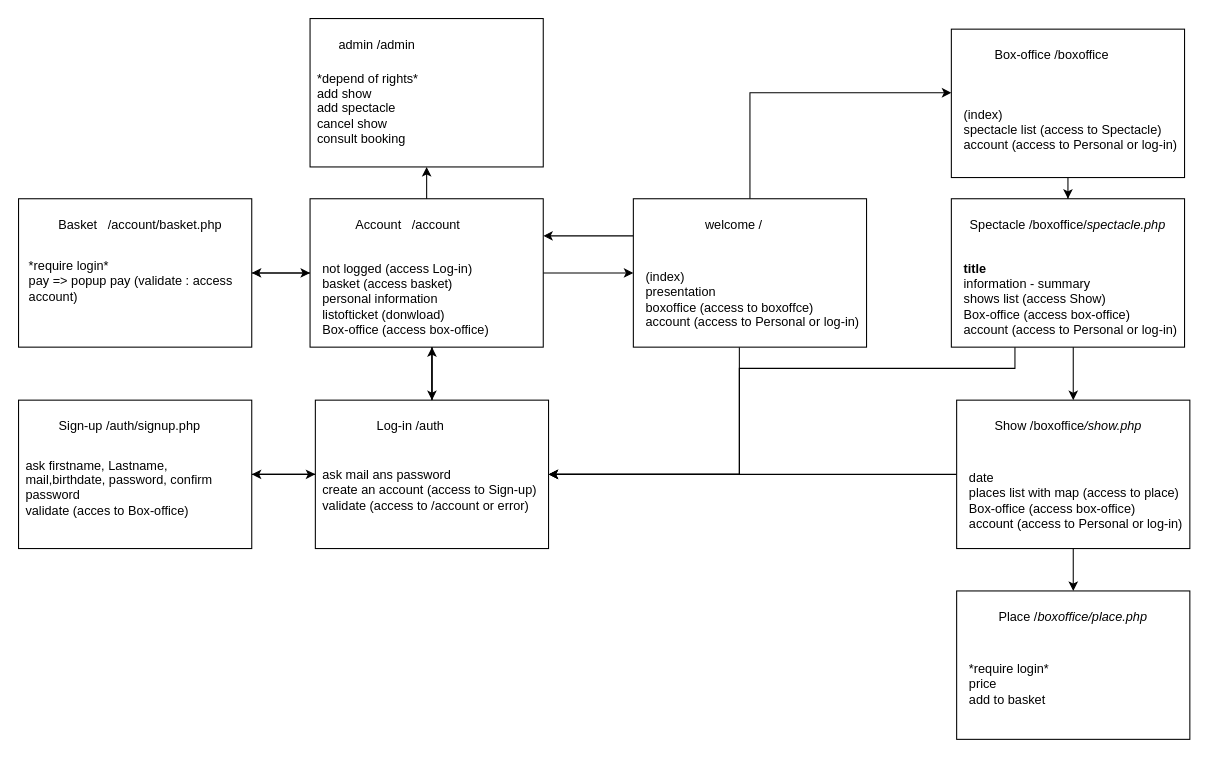
Before: page "pages web" (7 of 8) of analyse/analyse.drawio in baptisteRiviere/SpectacleHallManagement, a draw.io diagram. Source tidied: cells renumbered, new cells numbered last; positions are measured from the earlier drawing's top-left corner, leaving out a move shared by most shapes. Both pictures are drawn from the tidied source at 106%, with x=0, y=0 at pixel (18, 18).
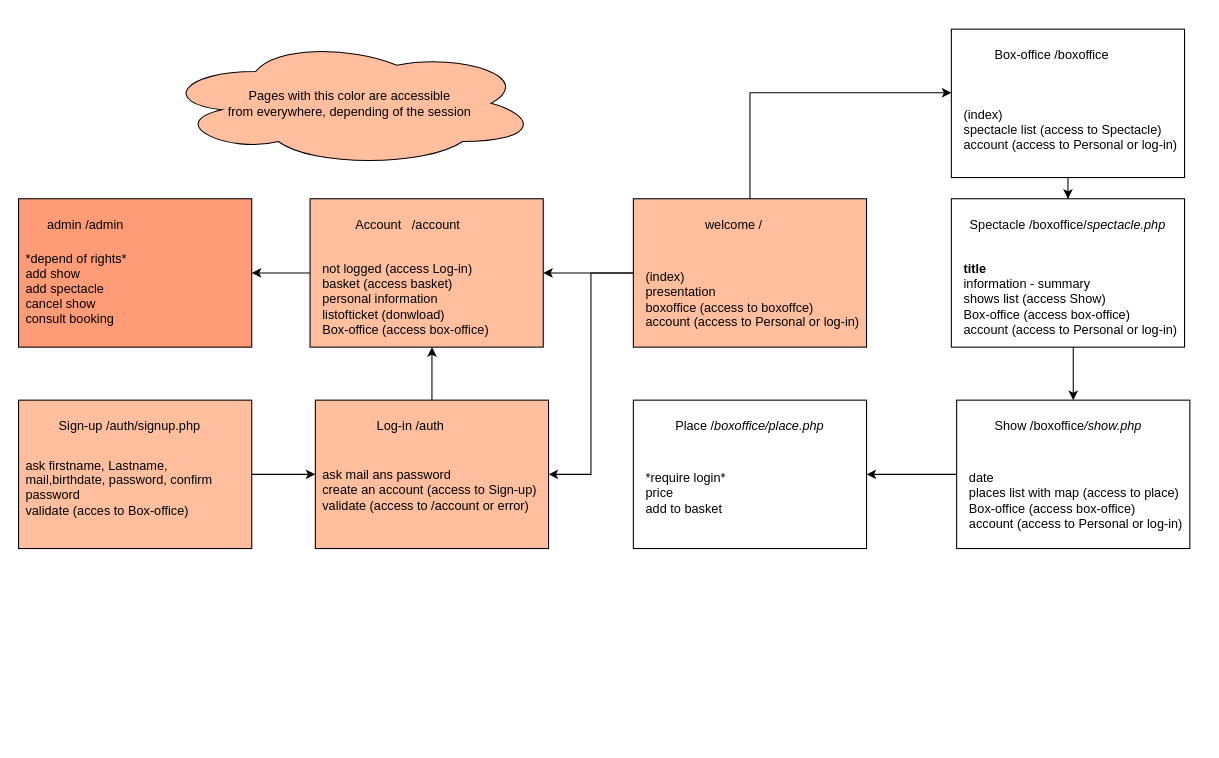
The same page after the edit.

Commit message:
Analyse : maj pages web

Unchanged cells that the change refers to:
```xml
<mxCell id="9" style="rounded=0;whiteSpace=wrap;html=1;" parent="1" vertex="1">
  <mxGeometry x="880" y="170" width="220" height="140" as="geometry" />
</mxCell>
<mxCell id="15" style="rounded=0;whiteSpace=wrap;html=1;" parent="1" vertex="1">
  <mxGeometry x="885" y="360" width="220" height="140" as="geometry" />
</mxCell>
<mxCell id="36" value="&lt;div&gt;not logged (access Log-in)&lt;/div&gt;&lt;div&gt;basket (access basket)&lt;br&gt;&lt;/div&gt;&lt;div&gt;personal information&lt;/div&gt;&lt;div&gt;listofticket (donwload)&lt;br&gt;&lt;/div&gt;&lt;div&gt;&lt;div&gt;Box-office (access box-office)&lt;br&gt;&lt;/div&gt;&lt;/div&gt;" style="text;html=1;strokeColor=none;fillColor=none;align=left;verticalAlign=middle;whiteSpace=wrap;rounded=0;" parent="1" vertex="1">
  <mxGeometry x="285" y="220" width="205" height="90" as="geometry" />
</mxCell>
```

Diff of the diagram source:
```diff
@@
-    <mxCell id="2" style="edgeStyle=orthogonalEdgeStyle;rounded=0;jettySize=auto;html=1;entryX=1;entryY=0.25;entryDx=0;entryDy=0;exitX=0;exitY=0.25;exitDx=0;exitDy=0;" parent="1" edge="1" source="5" target="33">
+    <mxCell id="2" style="edgeStyle=orthogonalEdgeStyle;rounded=0;jettySize=auto;html=1;" parent="1" edge="1" source="5" target="33">
       <mxGeometry relative="1" as="geometry" />
     </mxCell>
@@
     <mxCell id="4" style="edgeStyle=orthogonalEdgeStyle;rounded=0;jettySize=auto;html=1;" parent="1" edge="1" source="5" target="24">
       <mxGeometry relative="1" as="geometry">
         <Array as="points">
-          <mxPoint x="680" y="430" />
+          <mxPoint x="540" y="240" />
+          <mxPoint x="540" y="430" />
         </Array>
       </mxGeometry>
     </mxCell>
-    <mxCell id="5" style="rounded=0;whiteSpace=wrap;html=1;" parent="1" vertex="1">
+    <mxCell id="5" style="rounded=0;whiteSpace=wrap;html=1;fillColor=#FFBE9E;" parent="1" vertex="1">
       <mxGeometry x="580" y="170" width="220" height="140" as="geometry" />
     </mxCell>
@@
-    <mxCell id="8" style="edgeStyle=orthogonalEdgeStyle;rounded=0;jettySize=auto;html=1;" parent="1" edge="1" source="9" target="24">
-      <mxGeometry relative="1" as="geometry">
-        <Array as="points">
-          <mxPoint x="940" y="330" />
-          <mxPoint x="680" y="330" />
-          <mxPoint x="680" y="430" />
-        </Array>
-      </mxGeometry>
-    </mxCell>
@@
-    <mxCell id="14" style="edgeStyle=orthogonalEdgeStyle;rounded=0;jettySize=auto;html=1;" parent="1" edge="1" source="15" target="24">
-      <mxGeometry relative="1" as="geometry" />
-    </mxCell>
@@
     <mxCell id="18" style="rounded=0;whiteSpace=wrap;html=1;" parent="1" vertex="1">
-      <mxGeometry x="885" y="540" width="220" height="140" as="geometry" />
+      <mxGeometry x="580" y="360" width="220" height="140" as="geometry" />
     </mxCell>
     <mxCell id="19" value="Place&lt;span style=&quot;&quot;&gt; &lt;span style=&quot;&quot;&gt; &lt;/span&gt;&lt;/span&gt;&lt;span style=&quot;&quot;&gt;&lt;span style=&quot;&quot;&gt;&lt;/span&gt;&lt;/span&gt;&lt;span style=&quot;&quot;&gt;/&lt;i&gt;boxoffice/place.php&lt;/i&gt;&lt;/span&gt;" style="text;html=1;strokeColor=none;fillColor=none;align=center;verticalAlign=middle;whiteSpace=wrap;rounded=0;" parent="1" vertex="1">
-      <mxGeometry x="890" y="550" width="210" height="30" as="geometry" />
+      <mxGeometry x="585" y="370" width="210" height="30" as="geometry" />
     </mxCell>
     <mxCell id="20" value="&lt;div&gt;*require login*&lt;br&gt;&lt;/div&gt;&lt;div&gt;price&lt;/div&gt;&lt;div&gt;add to basket&lt;br&gt;&lt;/div&gt;&lt;div&gt;&lt;br&gt;&lt;/div&gt;" style="text;html=1;strokeColor=none;fillColor=none;align=left;verticalAlign=middle;whiteSpace=wrap;rounded=0;" parent="1" vertex="1">
-      <mxGeometry x="895" y="590" width="200" height="90" as="geometry" />
+      <mxGeometry x="590" y="410" width="200" height="90" as="geometry" />
     </mxCell>
@@
-    <mxCell id="22" style="edgeStyle=orthogonalEdgeStyle;rounded=0;jettySize=auto;html=1;" parent="1" edge="1" source="24" target="28">
-      <mxGeometry relative="1" as="geometry" />
-    </mxCell>
-    <mxCell id="23" style="edgeStyle=orthogonalEdgeStyle;rounded=0;jettySize=auto;html=1;" parent="1" edge="1" source="24" target="45">
-      <mxGeometry relative="1" as="geometry" />
-    </mxCell>
-    <mxCell id="24" style="rounded=0;whiteSpace=wrap;html=1;" parent="1" vertex="1">
+    <mxCell id="24" style="rounded=0;whiteSpace=wrap;html=1;fillColor=#FFBE9E;" parent="1" vertex="1">
       <mxGeometry x="280" y="360" width="220" height="140" as="geometry" />
     </mxCell>
@@
-    <mxCell id="28" style="rounded=0;whiteSpace=wrap;html=1;" parent="1" vertex="1">
+    <mxCell id="28" style="rounded=0;whiteSpace=wrap;html=1;fillColor=#FFBE9E;" parent="1" vertex="1">
       <mxGeometry y="360" width="220" height="140" as="geometry" />
     </mxCell>
@@
-    <mxCell id="31" style="edgeStyle=orthogonalEdgeStyle;rounded=0;jettySize=auto;html=1;" parent="1" edge="1" source="33" target="5">
-      <mxGeometry relative="1" as="geometry" />
-    </mxCell>
-    <mxCell id="32" style="edgeStyle=orthogonalEdgeStyle;rounded=0;jettySize=auto;html=1;" parent="1" edge="1" source="33" target="38">
-      <mxGeometry relative="1" as="geometry" />
-    </mxCell>
+    <mxCell id="48" style="edgeStyle=orthogonalEdgeStyle;rounded=0;jettySize=auto;html=1;" parent="1" edge="1" source="33" target="45">
+      <mxGeometry relative="1" as="geometry" />
+    </mxCell>
-    <mxCell id="33" style="rounded=0;whiteSpace=wrap;html=1;" parent="1" vertex="1">
+    <mxCell id="33" style="rounded=0;whiteSpace=wrap;html=1;fillColor=#FFBE9E;" parent="1" vertex="1">
       <mxGeometry x="275" y="170" width="220" height="140" as="geometry" />
     </mxCell>
@@
-    <mxCell id="35" style="edgeStyle=orthogonalEdgeStyle;rounded=0;jettySize=auto;html=1;" parent="1" edge="1" source="36" target="24">
-      <mxGeometry relative="1" as="geometry">
-        <Array as="points">
-          <mxPoint x="390" y="330" />
-          <mxPoint x="390" y="330" />
-        </Array>
-      </mxGeometry>
-    </mxCell>
@@
-    <mxCell id="37" style="edgeStyle=orthogonalEdgeStyle;rounded=0;jettySize=auto;html=1;" parent="1" edge="1" source="38" target="33">
-      <mxGeometry relative="1" as="geometry" />
-    </mxCell>
-    <mxCell id="38" style="rounded=0;whiteSpace=wrap;html=1;" parent="1" vertex="1">
-      <mxGeometry y="170" width="220" height="140" as="geometry" />
-    </mxCell>
-    <mxCell id="39" value="Basket&lt;span style=&quot;white-space: pre;&quot;&gt; &lt;/span&gt; &lt;span style=&quot;white-space: pre;&quot;&gt; &lt;/span&gt;/account/basket.php" style="text;html=1;strokeColor=none;fillColor=none;align=center;verticalAlign=middle;whiteSpace=wrap;rounded=0;" parent="1" vertex="1">
-      <mxGeometry x="20" y="180" width="190" height="30" as="geometry" />
-    </mxCell>
-    <mxCell id="40" value="&lt;div&gt;*require login*&lt;/div&gt;&lt;div&gt;pay =&amp;gt; popup pay (validate : access account)&lt;br&gt;&lt;/div&gt;&lt;div&gt;&lt;br&gt;&lt;/div&gt;" style="text;html=1;strokeColor=none;fillColor=none;align=left;verticalAlign=middle;whiteSpace=wrap;rounded=0;" parent="1" vertex="1">
-      <mxGeometry x="7.5" y="210" width="205" height="90" as="geometry" />
-    </mxCell>
@@
-    <mxCell id="45" style="rounded=0;whiteSpace=wrap;html=1;" parent="1" vertex="1">
-      <mxGeometry x="275" width="220" height="140" as="geometry" />
+    <mxCell id="45" style="rounded=0;whiteSpace=wrap;html=1;fillColor=#FF9C78;" parent="1" vertex="1">
+      <mxGeometry y="170" width="220" height="140" as="geometry" />
     </mxCell>
     <mxCell id="46" value="admin&lt;span style=&quot;white-space: pre;&quot;&gt; &lt;/span&gt;/admin&lt;span style=&quot;white-space: pre;&quot;&gt; &lt;/span&gt;" style="text;html=1;strokeColor=none;fillColor=none;align=center;verticalAlign=middle;whiteSpace=wrap;rounded=0;" parent="1" vertex="1">
-      <mxGeometry x="290" y="10" width="100" height="30" as="geometry" />
+      <mxGeometry x="15" y="180" width="100" height="30" as="geometry" />
     </mxCell>
     <mxCell id="47" value="&lt;div&gt;*depend of rights*&lt;br&gt;&lt;/div&gt;&lt;div&gt;add show&lt;/div&gt;&lt;div&gt;add spectacle&lt;/div&gt;&lt;div&gt;cancel show&lt;br&gt;&lt;/div&gt;&lt;div&gt;consult booking&lt;br&gt;&lt;/div&gt;" style="text;html=1;strokeColor=none;fillColor=none;align=left;verticalAlign=middle;whiteSpace=wrap;rounded=0;" parent="1" vertex="1">
-      <mxGeometry x="280" y="40" width="210" height="90" as="geometry" />
+      <mxGeometry x="5" y="210" width="210" height="90" as="geometry" />
     </mxCell>
+    <mxCell id="49" value="&lt;div&gt;Pages with this color are accessible &lt;br&gt;&lt;/div&gt;&lt;div&gt;from everywhere, depending of the session&lt;/div&gt;" style="ellipse;shape=cloud;whiteSpace=wrap;html=1;fillColor=#FFBE9E;" parent="1" vertex="1">
+      <mxGeometry x="135" y="20" width="355" height="120" as="geometry" />
+    </mxCell>
```
